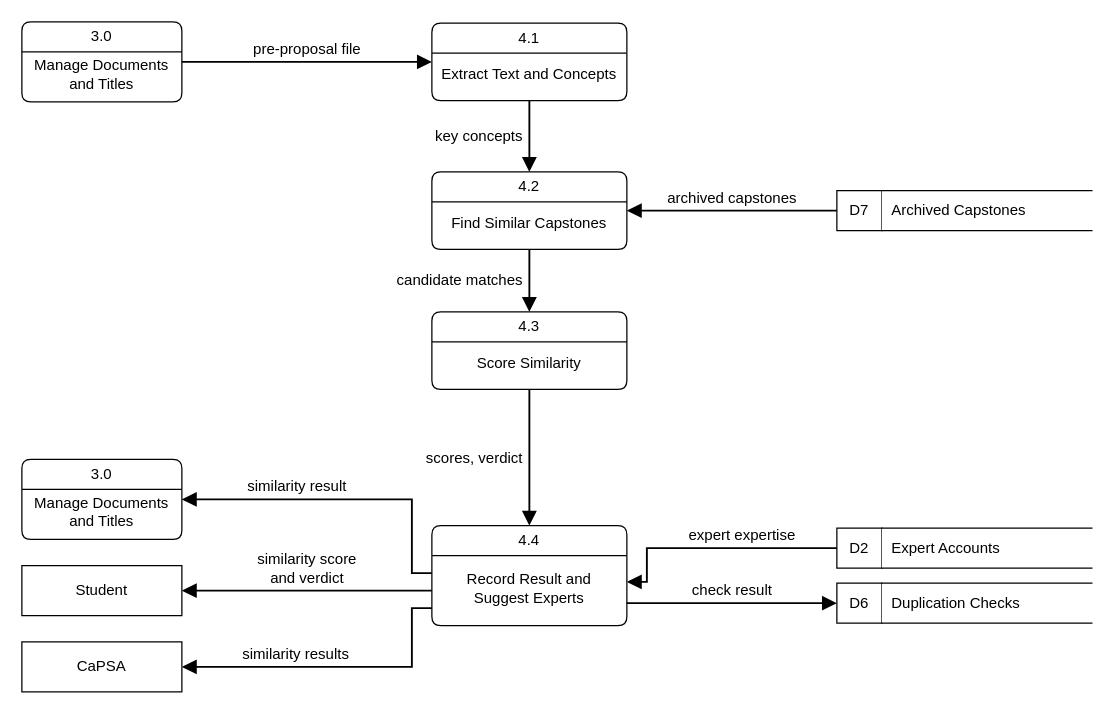
This is page "DFD Level 1 - 4.0 Check Duplication" (7 of 16) of docs/diagrams/capstrack-diagrams-all.drawio from M21thony/capstrack, a draw.io file, before an edit. Source tidied: cells renumbered, new cells numbered last; positions are measured from the earlier drawing's top-left corner, leaving out a move shared by most shapes. Both pictures are drawn from the tidied source at 125%, with x=0, y=0 at pixel (21, 21).
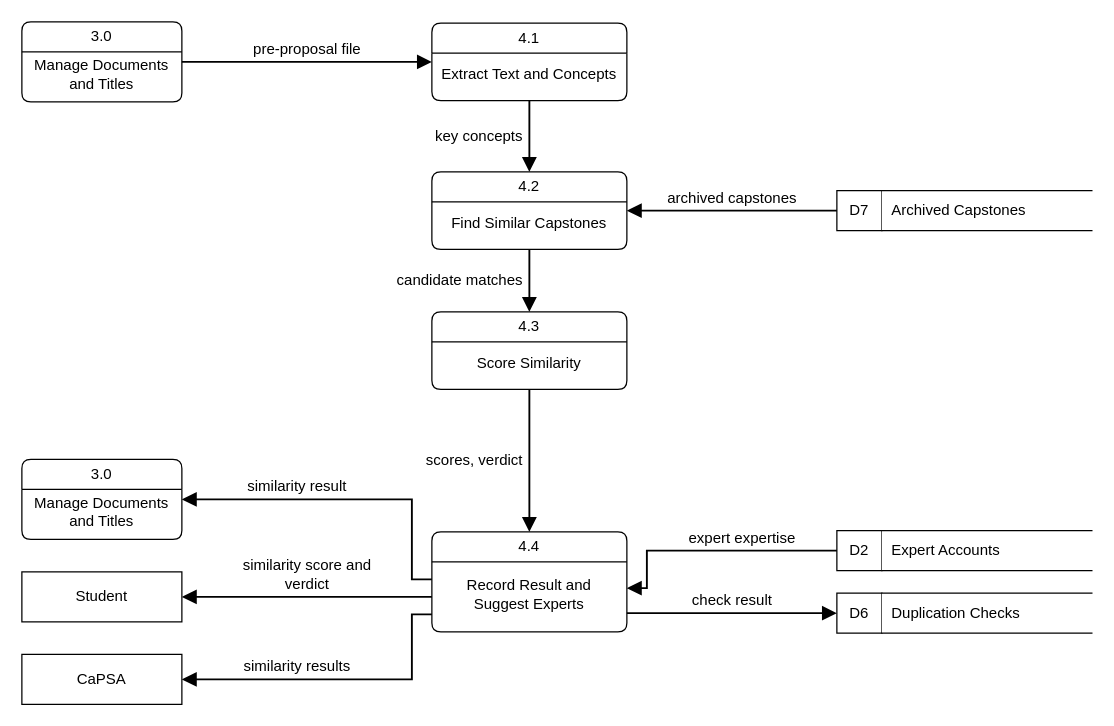
Above is the later version.

Unchanged cells that the change refers to:
```xml
<mxCell id="15" value="3.0" style="swimlane;shape=swimlane;rounded=1;arcSize=10;startSize=24;html=1;whiteSpace=wrap;fillColor=#ffffff;swimlaneFillColor=#ffffff;fontStyle=0;fontSize=12;strokeColor=#000000;fontFamily=Helvetica;fontColor=#000000;" parent="1" vertex="1">
  <mxGeometry y="350" width="128" height="64" as="geometry" />
</mxCell>
```

Diff of the diagram source:
```diff
@@
     <mxCell id="17" value="Student" style="rounded=0;whiteSpace=wrap;html=1;fillColor=#ffffff;fontSize=12;strokeColor=#000000;fontFamily=Helvetica;fontColor=#000000;" parent="1" vertex="1">
-      <mxGeometry y="435" width="128" height="40" as="geometry" />
+      <mxGeometry y="440" width="128" height="40" as="geometry" />
     </mxCell>
     <mxCell id="18" value="CaPSA" style="rounded=0;whiteSpace=wrap;html=1;fillColor=#ffffff;fontSize=12;strokeColor=#000000;fontFamily=Helvetica;fontColor=#000000;" parent="1" vertex="1">
-      <mxGeometry y="496" width="128" height="40" as="geometry" />
+      <mxGeometry y="506" width="128" height="40" as="geometry" />
     </mxCell>
     <mxCell id="19" style="rounded=0;html=1;fillColor=none;strokeColor=none;fontSize=12;" parent="1" vertex="1">
-      <mxGeometry x="652" y="405" width="204" height="32" as="geometry" />
+      <mxGeometry x="652" y="407" width="204" height="32" as="geometry" />
     </mxCell>
@@
     <mxCell id="22" style="rounded=0;html=1;fillColor=none;strokeColor=none;fontSize=12;" parent="1" vertex="1">
-      <mxGeometry x="652" y="449" width="204" height="32" as="geometry" />
+      <mxGeometry x="652" y="457" width="204" height="32" as="geometry" />
     </mxCell>
@@
     <mxCell id="25" value="4.4" style="swimlane;shape=swimlane;rounded=1;arcSize=10;startSize=24;html=1;whiteSpace=wrap;fillColor=#ffffff;swimlaneFillColor=#ffffff;fontStyle=0;fontSize=12;strokeColor=#000000;fontFamily=Helvetica;fontColor=#000000;" parent="1" vertex="1">
-      <mxGeometry x="328" y="403" width="156" height="80" as="geometry" />
+      <mxGeometry x="328" y="408" width="156" height="80" as="geometry" />
     </mxCell>
@@
     <mxCell id="27" value="similarity result" style="edgeStyle=orthogonalEdgeStyle;rounded=0;html=1;endArrow=block;endFill=1;endSize=8;strokeWidth=1.5;startArrow=none;strokeColor=#000000;fontFamily=Helvetica;fontColor=#000000;fontSize=12;labelBackgroundColor=#ffffff;verticalAlign=bottom;exitX=0;exitY=0.475;exitDx=0;exitDy=0;entryX=1;entryY=0.5;entryDx=0;entryDy=0;" parent="1" edge="1" source="25" target="15">
-      <mxGeometry x="0.29" relative="1" as="geometry">
+      <mxGeometry x="0.3" relative="1" as="geometry">
         <Array as="points">
-          <mxPoint x="312" y="441" />
+          <mxPoint x="312" y="446" />
           <mxPoint x="312" y="382" />
         </Array>
         <mxPoint y="-1" as="offset" />
       </mxGeometry>
     </mxCell>
-    <mxCell id="28" value="similarity score&lt;br&gt;and verdict" style="edgeStyle=orthogonalEdgeStyle;rounded=0;html=1;endArrow=block;endFill=1;endSize=8;strokeWidth=1.5;startArrow=none;strokeColor=#000000;fontFamily=Helvetica;fontColor=#000000;fontSize=12;labelBackgroundColor=#ffffff;verticalAlign=bottom;exitX=0;exitY=0.65;exitDx=0;exitDy=0;entryX=1;entryY=0.5;entryDx=0;entryDy=0;" parent="1" edge="1" source="25" target="17">
+    <mxCell id="28" value="similarity score and&lt;br&gt;verdict" style="edgeStyle=orthogonalEdgeStyle;rounded=0;html=1;endArrow=block;endFill=1;endSize=8;strokeWidth=1.5;startArrow=none;strokeColor=#000000;fontFamily=Helvetica;fontColor=#000000;fontSize=12;labelBackgroundColor=#ffffff;verticalAlign=bottom;exitX=0;exitY=0.65;exitDx=0;exitDy=0;entryX=1;entryY=0.5;entryDx=0;entryDy=0;" parent="1" edge="1" source="25" target="17">
       <mxGeometry relative="1" as="geometry">
         <mxPoint y="-1" as="offset" />
       </mxGeometry>
     </mxCell>
     <mxCell id="29" value="similarity results" style="edgeStyle=orthogonalEdgeStyle;rounded=0;html=1;endArrow=block;endFill=1;endSize=8;strokeWidth=1.5;startArrow=none;strokeColor=#000000;fontFamily=Helvetica;fontColor=#000000;fontSize=12;labelBackgroundColor=#ffffff;verticalAlign=bottom;exitX=0;exitY=0.825;exitDx=0;exitDy=0;entryX=1;entryY=0.5;entryDx=0;entryDy=0;" parent="1" edge="1" source="25" target="18">
-      <mxGeometry x="0.26" relative="1" as="geometry">
+      <mxGeometry x="0.27" relative="1" as="geometry">
         <Array as="points">
-          <mxPoint x="312" y="469" />
-          <mxPoint x="312" y="516" />
+          <mxPoint x="312" y="474" />
+          <mxPoint x="312" y="526" />
         </Array>
         <mxPoint y="-1" as="offset" />
       </mxGeometry>
     </mxCell>
     <mxCell id="30" value="expert expertise" style="edgeStyle=orthogonalEdgeStyle;rounded=0;html=1;endArrow=block;endFill=1;endSize=8;strokeWidth=1.5;startArrow=none;strokeColor=#000000;fontFamily=Helvetica;fontColor=#000000;fontSize=12;labelBackgroundColor=#ffffff;verticalAlign=bottom;exitX=0;exitY=0.5;exitDx=0;exitDy=0;entryX=1;entryY=0.5625;entryDx=0;entryDy=0;" parent="1" edge="1" source="19" target="25">
-      <mxGeometry x="-0.22" relative="1" as="geometry">
+      <mxGeometry x="-0.23" relative="1" as="geometry">
         <Array as="points">
-          <mxPoint x="500" y="421" />
-          <mxPoint x="500" y="448" />
+          <mxPoint x="500" y="423" />
+          <mxPoint x="500" y="453" />
         </Array>
         <mxPoint y="-1" as="offset" />
       </mxGeometry>
     </mxCell>
-    <mxCell id="31" value="check result" style="edgeStyle=orthogonalEdgeStyle;rounded=0;html=1;endArrow=block;endFill=1;endSize=8;strokeWidth=1.5;startArrow=none;strokeColor=#000000;fontFamily=Helvetica;fontColor=#000000;fontSize=12;labelBackgroundColor=#ffffff;verticalAlign=bottom;exitX=1;exitY=0.775;exitDx=0;exitDy=0;entryX=0;entryY=0.5;entryDx=0;entryDy=0;" parent="1" edge="1" source="25" target="22">
+    <mxCell id="31" value="check result" style="edgeStyle=orthogonalEdgeStyle;rounded=0;html=1;endArrow=block;endFill=1;endSize=8;strokeWidth=1.5;startArrow=none;strokeColor=#000000;fontFamily=Helvetica;fontColor=#000000;fontSize=12;labelBackgroundColor=#ffffff;verticalAlign=bottom;exitX=1;exitY=0.8125;exitDx=0;exitDy=0;entryX=0;entryY=0.5;entryDx=0;entryDy=0;" parent="1" edge="1" source="25" target="22">
       <mxGeometry relative="1" as="geometry">
         <mxPoint y="-1" as="offset" />
       </mxGeometry>
     </mxCell>
```
